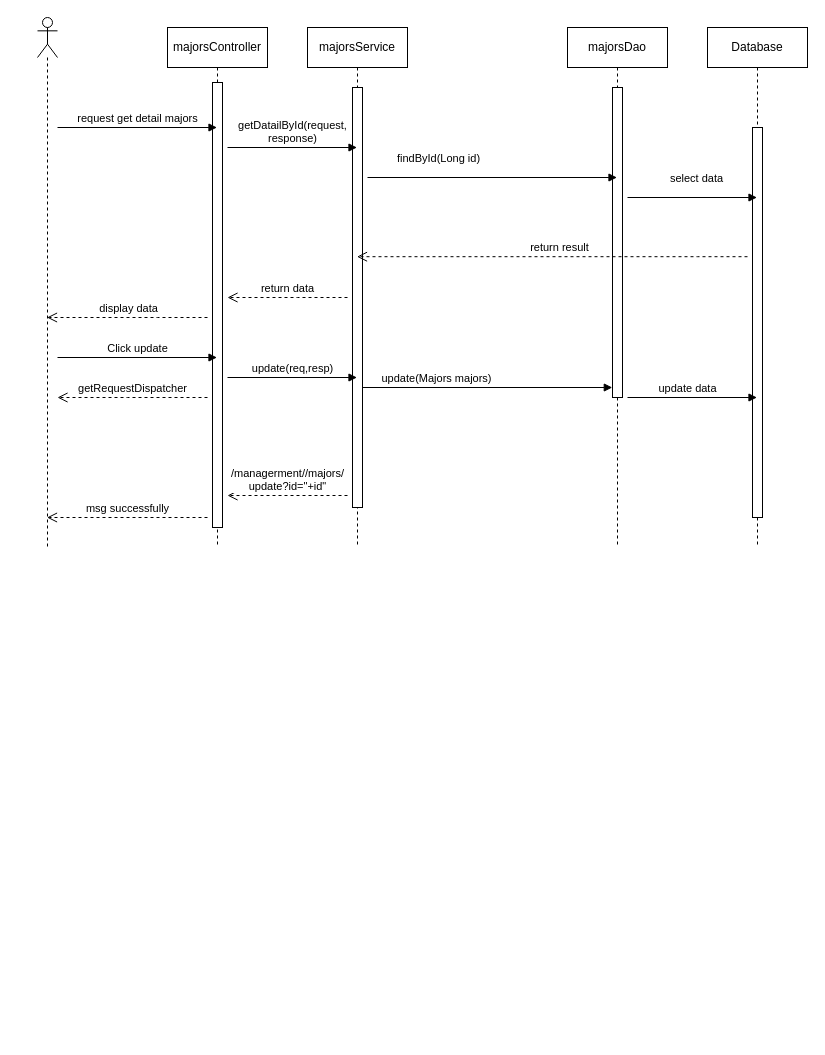
Before: page "Page-20" (20 of 29) of Untitled Diagram.drawio in sachvo/CuteXT, a draw.io diagram. Source tidied: cells renumbered, new cells numbered last; positions are measured from the earlier drawing's top-left corner, leaving out a move shared by most shapes. Both pictures are drawn from the tidied source at 100%, with x=0, y=0 at pixel (37, 17).
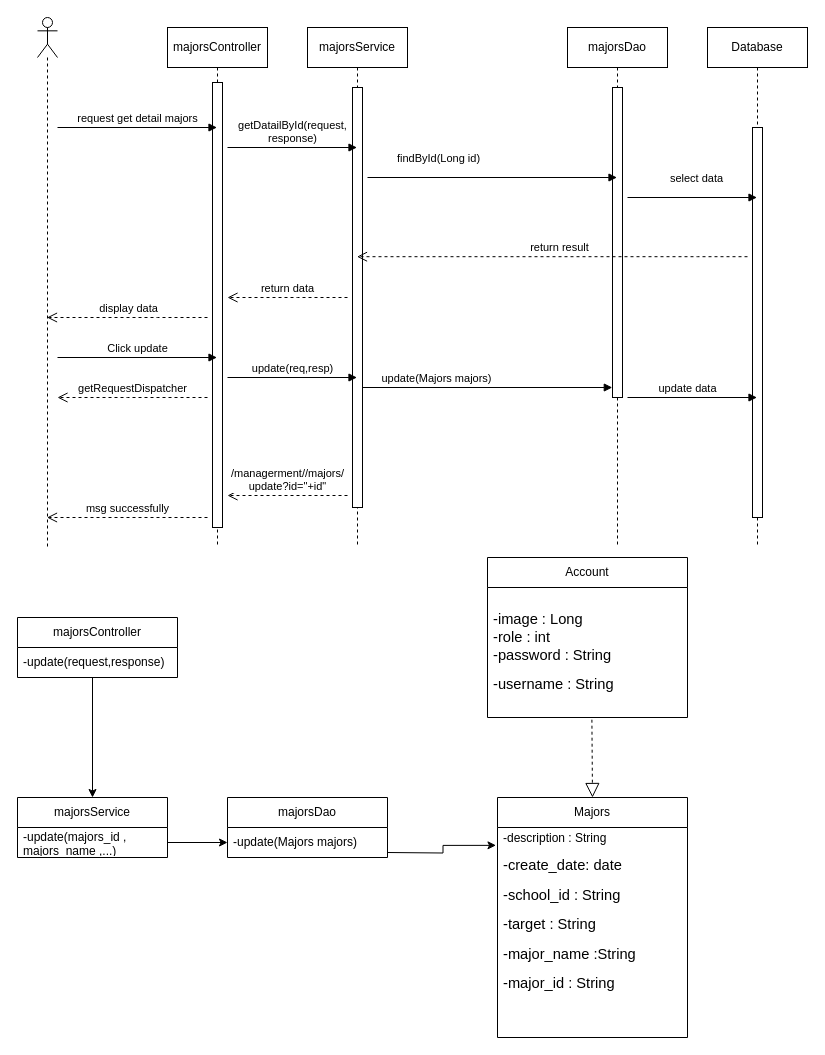
The same diagram, later.

The edit, as a diff of the source:
```diff
@@
+    <mxCell id="25" value="majorsController" style="swimlane;fontStyle=0;horizontal=1;startSize=30;whiteSpace=wrap;html=1;" parent="1" vertex="1">
+      <mxGeometry x="-20" y="600" width="160" height="60" as="geometry" />
+    </mxCell>
+    <mxCell id="26" value="-update(request,response)" style="text;strokeColor=none;fillColor=none;align=left;verticalAlign=middle;spacingLeft=4;spacingRight=4;overflow=hidden;whiteSpace=wrap;html=1;" parent="25" vertex="1">
+      <mxGeometry y="30" width="160" height="30" as="geometry" />
+    </mxCell>
+    <mxCell id="27" value="majorsDao" style="swimlane;fontStyle=0;horizontal=1;startSize=30;whiteSpace=wrap;html=1;" parent="1" vertex="1">
+      <mxGeometry x="190" y="780" width="160" height="60" as="geometry" />
+    </mxCell>
+    <mxCell id="28" value="-update(Majors majors)" style="text;strokeColor=none;fillColor=none;align=left;verticalAlign=middle;spacingLeft=4;spacingRight=4;overflow=hidden;points=[[0,0.5],[1,0.5]];portConstraint=eastwest;whiteSpace=wrap;html=1;" parent="27" vertex="1">
+      <mxGeometry y="30" width="160" height="30" as="geometry" />
+    </mxCell>
+    <mxCell id="29" value="majorsService" style="swimlane;fontStyle=0;horizontal=1;startSize=30;whiteSpace=wrap;html=1;" parent="1" vertex="1">
+      <mxGeometry x="-20" y="780" width="150" height="60" as="geometry" />
+    </mxCell>
+    <mxCell id="30" value="-update(majors_id&amp;nbsp;,&lt;br&gt;majors_name ,...)" style="text;strokeColor=none;fillColor=none;align=left;verticalAlign=middle;spacingLeft=4;spacingRight=4;overflow=hidden;points=[[0,0.5],[1,0.5]];portConstraint=eastwest;whiteSpace=wrap;html=1;" parent="29" vertex="1">
+      <mxGeometry y="30" width="150" height="30" as="geometry" />
+    </mxCell>
+    <mxCell id="31" style="endArrow=classic;html=1;rounded=0;entryX=0.5;entryY=0;entryDx=0;entryDy=0;" parent="1" edge="1" target="29">
+      <mxGeometry relative="1" as="geometry">
+        <mxPoint x="55" y="660" as="sourcePoint" />
+      </mxGeometry>
+    </mxCell>
+    <mxCell id="32" style="endArrow=classic;html=1;rounded=0;exitX=1;exitY=0.5;exitDx=0;exitDy=0;entryX=0;entryY=0.5;entryDx=0;entryDy=0;" parent="1" edge="1" source="30" target="28">
+      <mxGeometry relative="1" as="geometry" />
+    </mxCell>
+    <mxCell id="33" style="edgeStyle=orthogonalEdgeStyle;rounded=0;jettySize=auto;html=1;exitX=1;exitY=0.5;exitDx=0;exitDy=0;entryX=-0.008;entryY=0.085;entryDx=0;entryDy=0;entryPerimeter=0;" parent="1" edge="1" target="36">
+      <mxGeometry relative="1" as="geometry">
+        <mxPoint x="350" y="835" as="sourcePoint" />
+      </mxGeometry>
+    </mxCell>
+    <mxCell id="34" style="endArrow=block;dashed=1;endFill=0;endSize=12;html=1;rounded=0;entryX=0.5;entryY=0;entryDx=0;entryDy=0;exitX=0.497;exitY=1.017;exitDx=0;exitDy=0;exitPerimeter=0;" parent="1" edge="1">
+      <mxGeometry relative="1" as="geometry">
+        <mxPoint x="554.4" y="702.2" as="sourcePoint" />
+        <mxPoint x="555" y="780" as="targetPoint" />
+      </mxGeometry>
+    </mxCell>
+    <mxCell id="35" value="Majors" style="swimlane;fontStyle=0;horizontal=1;startSize=30;whiteSpace=wrap;html=1;" parent="1" vertex="1">
+      <mxGeometry x="460" y="780" width="190" height="240" as="geometry" />
+    </mxCell>
+    <mxCell id="36" value="&lt;p style=&quot;line-height:1.38;margin-top:0pt;margin-bottom:0pt;&quot; dir=&quot;ltr&quot;&gt;&lt;/p&gt;&lt;p style=&quot;line-height:1.38;margin-top:0pt;margin-bottom:0pt;&quot; dir=&quot;ltr&quot;&gt;&lt;/p&gt;&lt;p style=&quot;line-height:1.38;margin-top:0pt;margin-bottom:0pt;&quot; dir=&quot;ltr&quot;&gt;&lt;/p&gt;&lt;p style=&quot;line-height:1.38;margin-top:0pt;margin-bottom:0pt;&quot; dir=&quot;ltr&quot;&gt;&lt;/p&gt;&lt;p style=&quot;line-height:1.38;margin-top:0pt;margin-bottom:0pt;&quot; dir=&quot;ltr&quot;&gt;&lt;/p&gt;&lt;p style=&quot;line-height:1.38;margin-top:0pt;margin-bottom:0pt;&quot; dir=&quot;ltr&quot;&gt;&lt;/p&gt;&lt;p style=&quot;line-height:1.38;margin-top:0pt;margin-bottom:0pt;&quot; dir=&quot;ltr&quot;&gt;&lt;/p&gt;&lt;p style=&quot;line-height:1.38;margin-top:0pt;margin-bottom:0pt;&quot; dir=&quot;ltr&quot;&gt;&lt;/p&gt;&lt;p style=&quot;line-height:1.38;margin-top:0pt;margin-bottom:0pt;&quot; dir=&quot;ltr&quot;&gt;&lt;/p&gt;&lt;p style=&quot;line-height:1.38;margin-top:0pt;margin-bottom:0pt;&quot; dir=&quot;ltr&quot;&gt;&lt;/p&gt;&lt;div&gt;&lt;/div&gt;&lt;p style=&quot;line-height:1.38;margin-top:0pt;margin-bottom:0pt;&quot; dir=&quot;ltr&quot;&gt;&lt;/p&gt;&lt;p style=&quot;line-height:1.38;margin-top:0pt;margin-bottom:0pt;&quot; dir=&quot;ltr&quot;&gt;&lt;/p&gt;&lt;p style=&quot;line-height:1.38;margin-top:0pt;margin-bottom:0pt;&quot; dir=&quot;ltr&quot;&gt;&lt;/p&gt;&lt;p style=&quot;line-height:1.38;margin-top:0pt;margin-bottom:0pt;&quot; dir=&quot;ltr&quot;&gt;&lt;/p&gt;&lt;p style=&quot;line-height:1.38;margin-top:0pt;margin-bottom:0pt;&quot; dir=&quot;ltr&quot;&gt;&lt;/p&gt;&lt;p style=&quot;line-height:1.38;margin-top:0pt;margin-bottom:0pt;&quot; dir=&quot;ltr&quot;&gt;&lt;/p&gt;&lt;div&gt;&lt;/div&gt;-description : String&lt;p style=&quot;border-color: var(--border-color);&quot;&gt;&lt;/p&gt;&lt;span style=&quot;border-color: var(--border-color); font-variant-numeric: normal; font-variant-east-asian: normal; font-variant-alternates: normal; font-variant-position: normal; background-color: transparent; font-size: 11pt; font-family: Arial, sans-serif; vertical-align: baseline;&quot;&gt;-create_date: date&lt;/span&gt;&lt;p style=&quot;border-color: var(--border-color);&quot;&gt;&lt;/p&gt;&lt;span style=&quot;border-color: var(--border-color); font-variant-numeric: normal; font-variant-east-asian: normal; font-variant-alternates: normal; font-variant-position: normal; background-color: transparent; font-size: 11pt; font-family: Arial, sans-serif; vertical-align: baseline;&quot;&gt;-school_id : String&lt;/span&gt;&lt;p style=&quot;border-color: var(--border-color);&quot;&gt;&lt;/p&gt;&lt;span style=&quot;border-color: var(--border-color); font-variant-numeric: normal; font-variant-east-asian: normal; font-variant-alternates: normal; font-variant-position: normal; background-color: transparent; font-size: 11pt; font-family: Arial, sans-serif; vertical-align: baseline;&quot;&gt;-target : String&lt;/span&gt;&lt;p style=&quot;border-color: var(--border-color);&quot;&gt;&lt;/p&gt;&lt;span style=&quot;border-color: var(--border-color); font-variant-numeric: normal; font-variant-east-asian: normal; font-variant-alternates: normal; font-variant-position: normal; background-color: transparent; font-size: 11pt; font-family: Arial, sans-serif; vertical-align: baseline;&quot;&gt;-major_name :String&lt;/span&gt;&lt;p style=&quot;border-color: var(--border-color);&quot;&gt;&lt;/p&gt;&lt;span style=&quot;border-color: var(--border-color); font-variant-numeric: normal; font-variant-east-asian: normal; font-variant-alternates: normal; font-variant-position: normal; background-color: transparent; font-size: 11pt; font-family: Arial, sans-serif; vertical-align: baseline;&quot;&gt;-major_id : String&lt;/span&gt;&lt;p style=&quot;border-color: var(--border-color);&quot;&gt;&lt;/p&gt;&lt;span style=&quot;border-color: var(--border-color); font-variant-numeric: normal; font-variant-east-asian: normal; font-variant-alternates: normal; font-variant-position: normal; background-color: transparent; font-size: 11pt; font-family: Arial, sans-serif; vertical-align: baseline;&quot;&gt;&amp;nbsp;&lt;/span&gt;&lt;p style=&quot;border-color: var(--border-color);&quot;&gt;&lt;/p&gt;&lt;span style=&quot;border-color: var(--border-color);&quot; id=&quot;docs-internal-guid-a5c4c8f3-7fff-565d-390b-ae1f4eb0c004&quot;&gt;&lt;/span&gt;&lt;span id=&quot;docs-internal-guid-ec875b94-7fff-324d-a60e-613ddc787041&quot;&gt;&lt;/span&gt;" style="text;strokeColor=none;fillColor=none;align=left;verticalAlign=middle;spacingLeft=4;spacingRight=4;overflow=hidden;points=[[0,0.5],[1,0.5]];portConstraint=eastwest;whiteSpace=wrap;html=1;" parent="35" vertex="1">
+      <mxGeometry y="30" width="190" height="210" as="geometry" />
+    </mxCell>
+    <mxCell id="37" value="Account" style="swimlane;fontStyle=0;horizontal=1;startSize=30;whiteSpace=wrap;html=1;" parent="1" vertex="1">
+      <mxGeometry x="450" y="540" width="200" height="160" as="geometry" />
+    </mxCell>
+    <mxCell id="38" value="&lt;p style=&quot;line-height:1.38;margin-top:0pt;margin-bottom:0pt;&quot; dir=&quot;ltr&quot;&gt;&lt;/p&gt;&lt;p style=&quot;line-height:1.38;margin-top:0pt;margin-bottom:0pt;&quot; dir=&quot;ltr&quot;&gt;&lt;/p&gt;&lt;p style=&quot;line-height:1.38;margin-top:0pt;margin-bottom:0pt;&quot; dir=&quot;ltr&quot;&gt;&lt;/p&gt;&lt;div&gt;&lt;/div&gt;&lt;span style=&quot;font-size: 11pt; font-family: Arial, sans-serif; background-color: transparent; font-variant-numeric: normal; font-variant-east-asian: normal; font-variant-alternates: normal; font-variant-position: normal; vertical-align: baseline;&quot;&gt;-image : Long&lt;br&gt;-role : int&lt;br&gt;&lt;/span&gt;&lt;span style=&quot;font-size: 11pt; font-family: Arial, sans-serif; background-color: transparent; font-variant-numeric: normal; font-variant-east-asian: normal; font-variant-alternates: normal; font-variant-position: normal; vertical-align: baseline;&quot;&gt;-password : String&lt;/span&gt;&lt;p&gt;&lt;/p&gt;&lt;span style=&quot;font-size: 11pt; font-family: Arial, sans-serif; background-color: transparent; font-variant-numeric: normal; font-variant-east-asian: normal; font-variant-alternates: normal; font-variant-position: normal; vertical-align: baseline;&quot;&gt;-username : String&lt;/span&gt;&lt;span id=&quot;docs-internal-guid-546da517-7fff-cef4-55ad-a307194a0e7b&quot;&gt;&lt;/span&gt;" style="text;strokeColor=none;fillColor=none;align=left;verticalAlign=middle;spacingLeft=4;spacingRight=4;overflow=hidden;whiteSpace=wrap;html=1;" parent="37" vertex="1">
+      <mxGeometry y="30" width="200" height="130" as="geometry" />
+    </mxCell>
```
